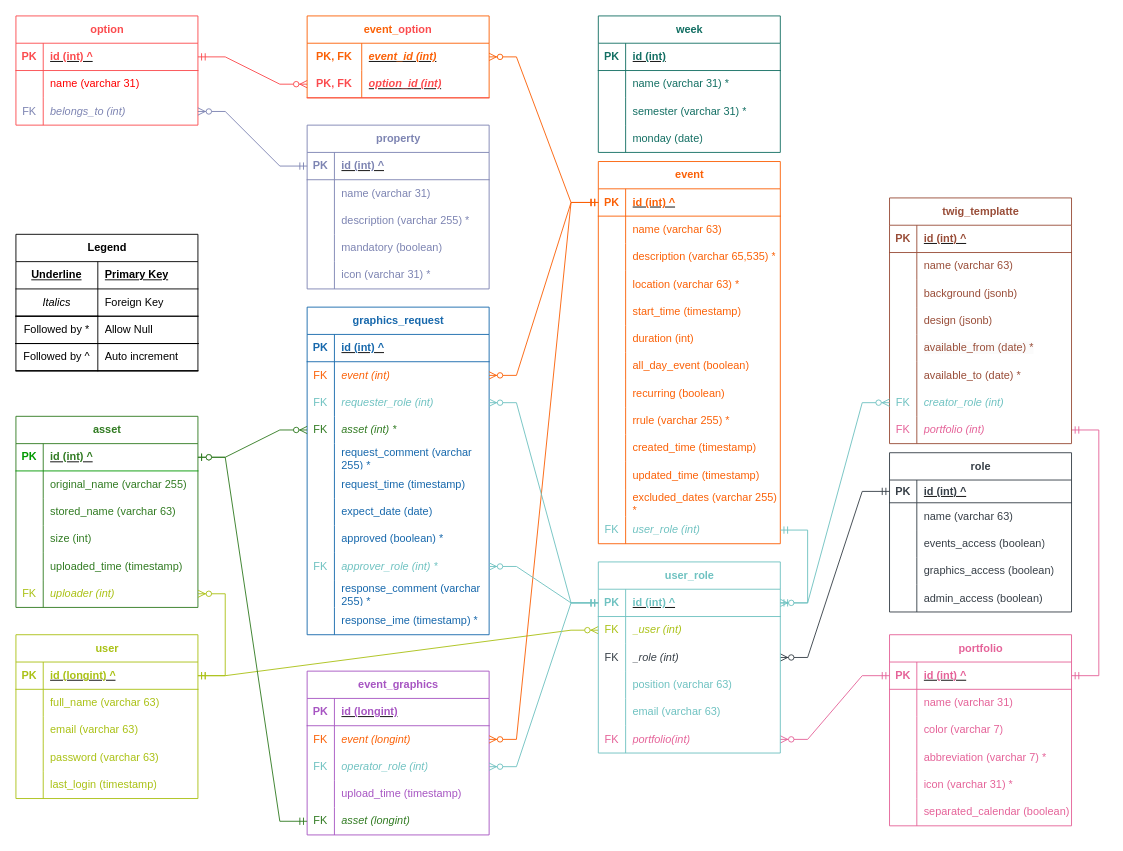
Above: design/eTWIG.ER.drawio in stewebb/eTWIG (draw.io), before the change. Source tidied: cells renumbered, new cells numbered last; positions are measured from the earlier drawing's top-left corner, leaving out a move shared by most shapes. Both pictures are drawn from the tidied source at 91%, with x=0, y=0 at pixel (15, 15).
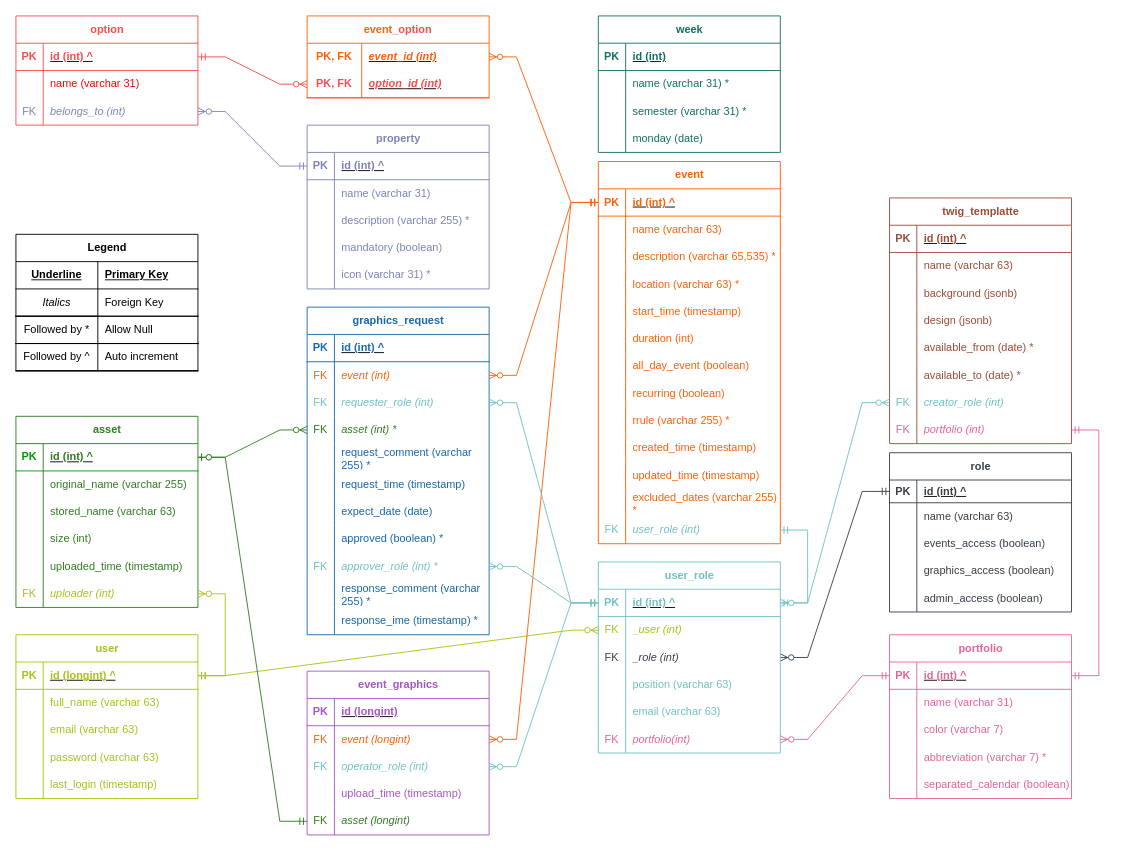
The same page after the edit.

Change to the diagram source:
```diff
@@
     <mxCell id="15" value="&lt;font color=&quot;#e56399&quot;&gt;portfolio&lt;/font&gt;" style="shape=table;startSize=30;childLayout=tableLayout;rowLines=0;fontStyle=1;align=center;html=1;strokeColor=#e56399;" parent="1" vertex="1">
-      <mxGeometry x="960" y="680" width="200" height="210" as="geometry" />
+      <mxGeometry x="960" y="680" width="200" height="180" as="geometry" />
     </mxCell>
@@
-    <mxCell id="28" style="shape=tableRow;horizontal=0;startSize=0;swimlaneHead=0;swimlaneBody=0;fillColor=none;top=0;left=0;right=0;bottom=0;" parent="15" vertex="1">
-      <mxGeometry y="150" width="200" height="30" as="geometry" />
-    </mxCell>
-    <mxCell id="29" style="shape=partialRectangle;fillColor=none;top=0;left=0;bottom=0;right=0;overflow=hidden;whiteSpace=wrap;html=1;" parent="28" vertex="1">
-      <mxGeometry width="30" height="30" as="geometry" />
-    </mxCell>
-    <mxCell id="30" value="&lt;font color=&quot;#e56399&quot;&gt;icon (varchar 31) *&lt;/font&gt;" style="shape=partialRectangle;fillColor=none;top=0;left=0;bottom=0;right=0;align=left;spacingLeft=6;overflow=hidden;whiteSpace=wrap;html=1;" parent="28" vertex="1">
-      <mxGeometry x="30" width="170" height="30" as="geometry" />
-    </mxCell>
     <mxCell id="31" style="shape=tableRow;horizontal=0;startSize=0;swimlaneHead=0;swimlaneBody=0;fillColor=none;top=0;left=0;right=0;bottom=0;" parent="15" vertex="1">
-      <mxGeometry y="180" width="200" height="30" as="geometry" />
+      <mxGeometry y="150" width="200" height="30" as="geometry" />
     </mxCell>
```
